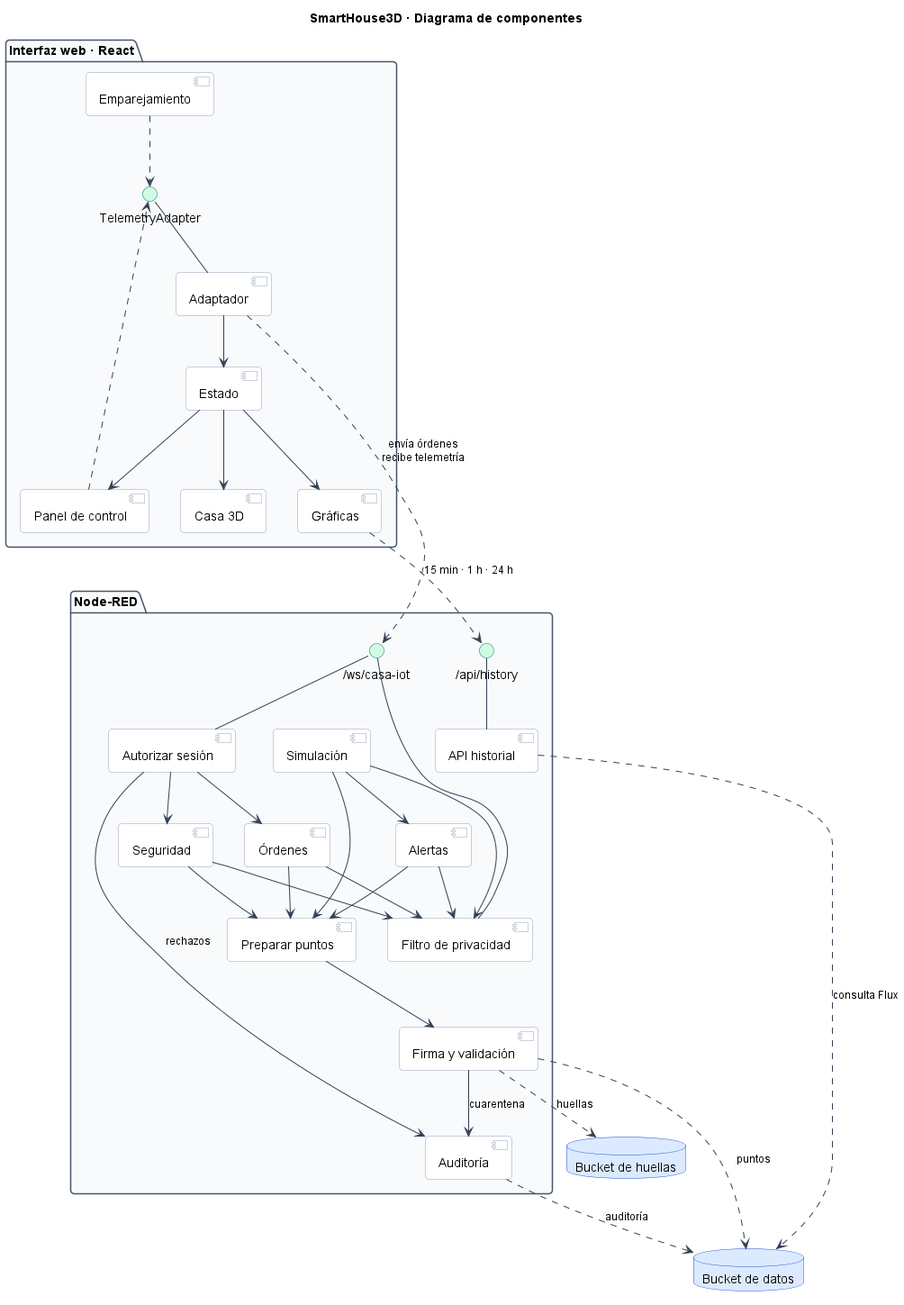
Earlier version of the PlantUML export docs/diagramas/png/componentes.png (WilderG2004/SmartHouse3D).
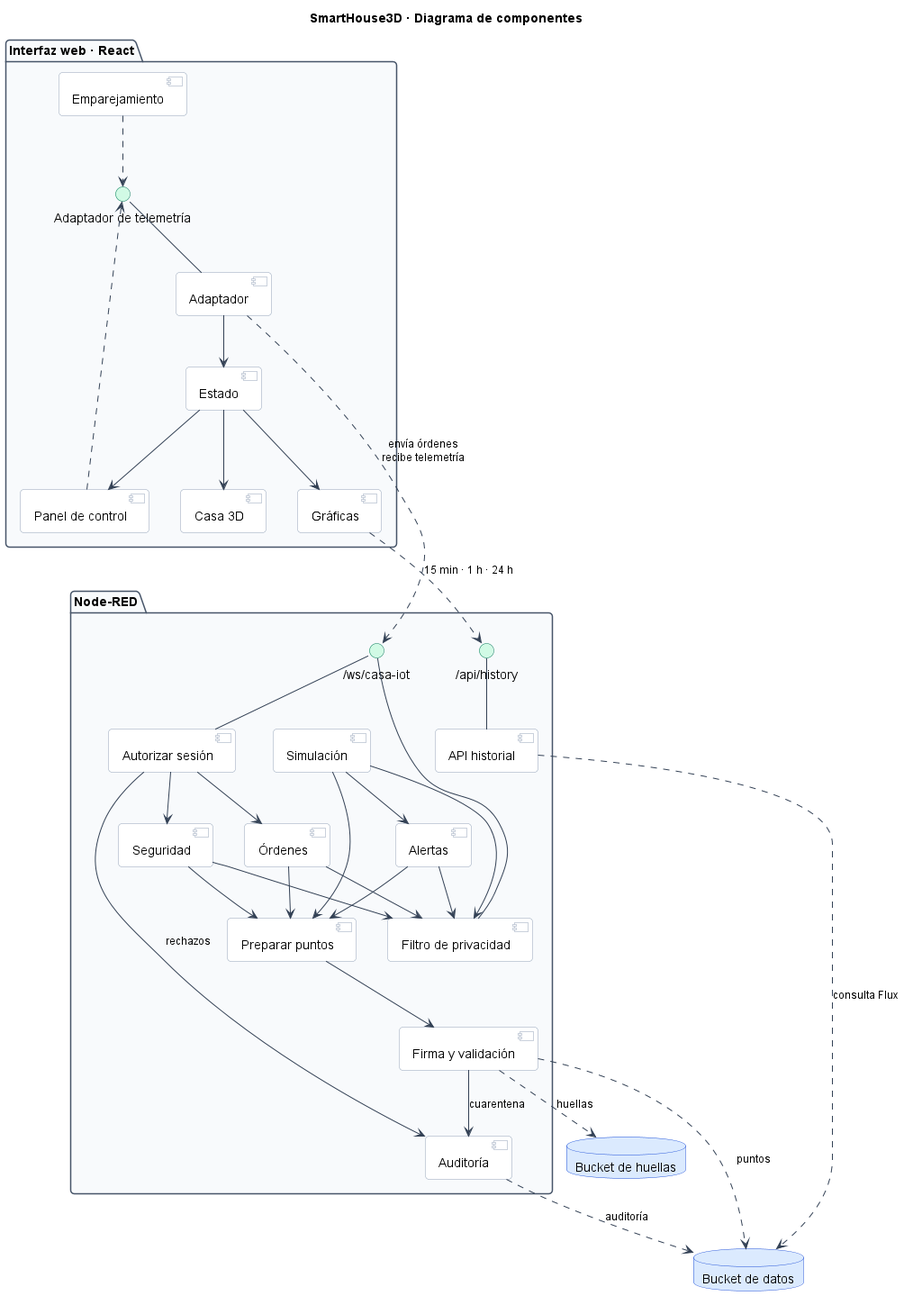
The same diagram one commit later.

Commit message:
Diagramas: clases y componentes, todo en español

What changed in the source:
```diff
@@ -35,7 +35,7 @@
   component "Emparejamiento" as empareja
   component "Estado" as estado
   component "Adaptador" as adaptador
-  interface "TelemetryAdapter" as ITel
+  interface "Adaptador de telemetría" as ITel
 
   adaptador -up- ITel
   panel ..> ITel
```
